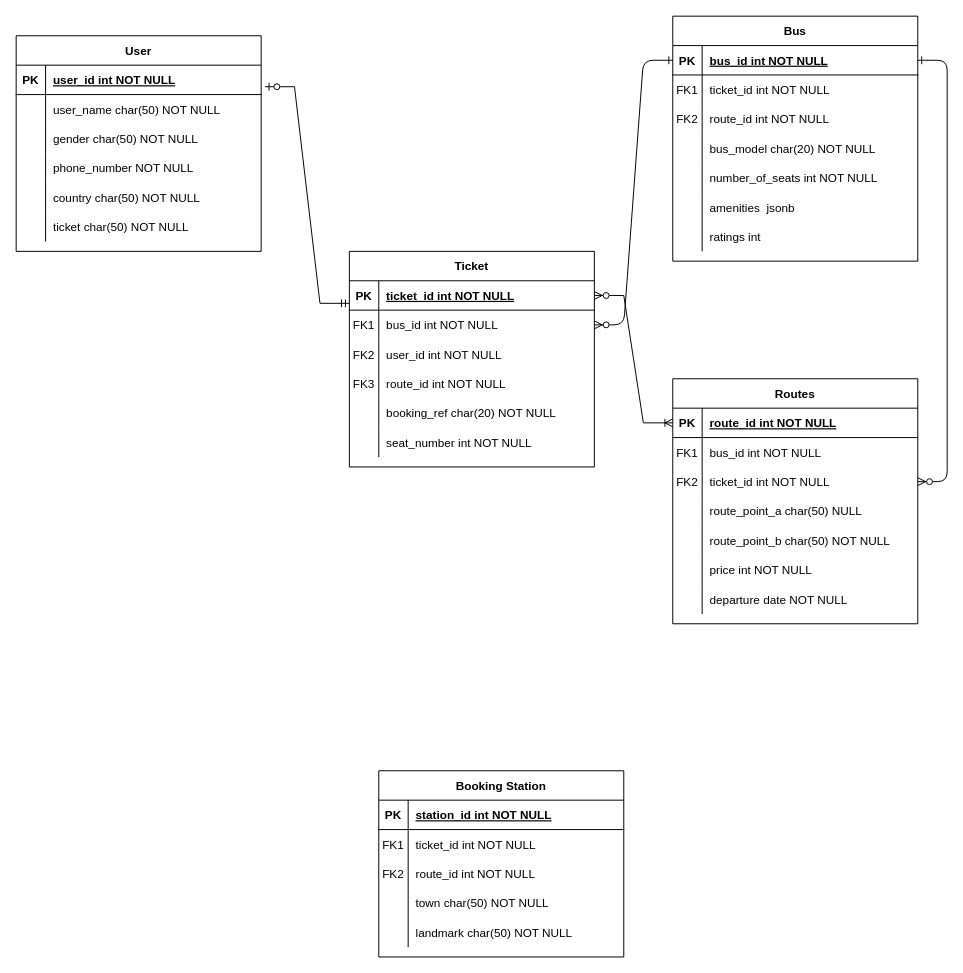
SimonGideon/CODSOFT keeps this draw.io diagram as Untitled Diagram.drawio. Above is the earlier version. Source tidied: cells renumbered, new cells numbered last; positions are measured from the earlier drawing's top-left corner, leaving out a move shared by most shapes. Both pictures are drawn from the tidied source at 98%, with x=0, y=0 at pixel (16, 16).
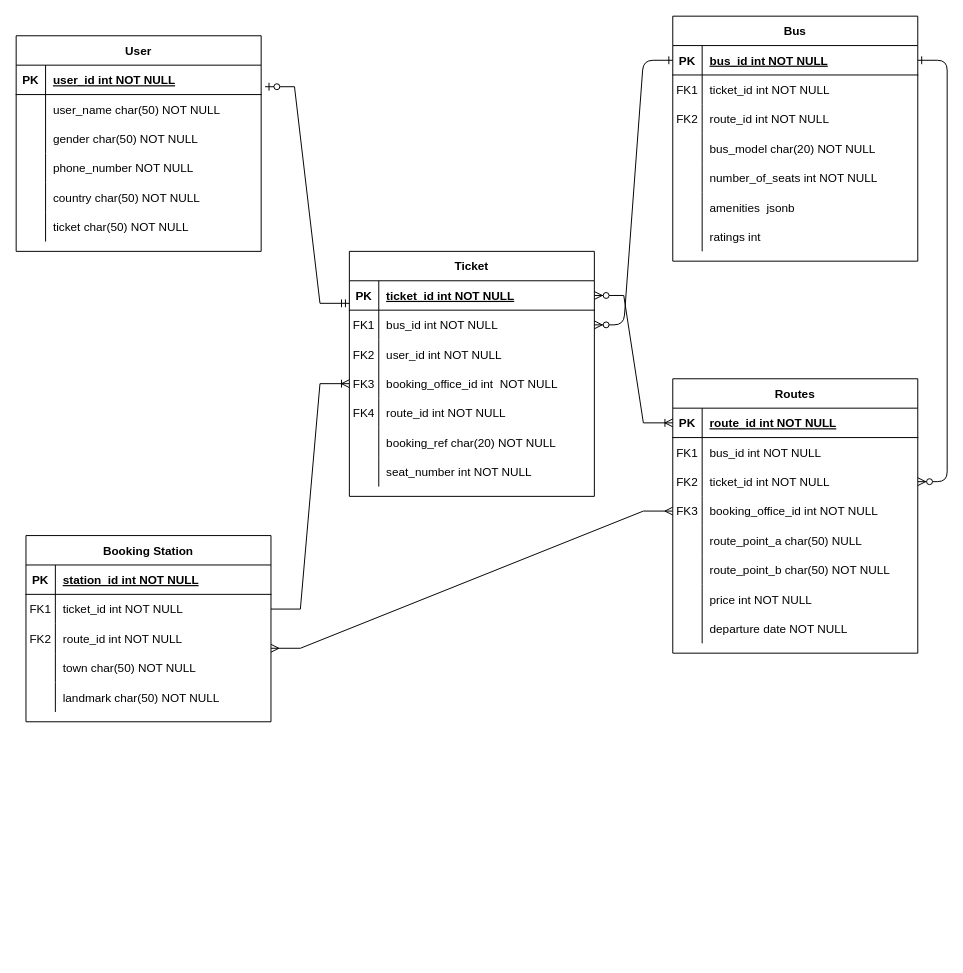
After the change.

Commit message:
add booking office

The change refers to these unchanged cells:
```xml
<mxCell id="70" style="shape=partialRectangle;fillColor=none;points=[[0,0.5],[1,0.5]];portConstraint=eastwest;top=0;left=0;right=0;bottom=0;" parent="66" vertex="1">
  <mxGeometry y="60" width="250" height="30" as="geometry" />
</mxCell>
```

Diff of the diagram source:
```diff
@@
     <mxCell id="25" value="Routes" style="shape=table;startSize=30;childLayout=tableLayout;rowLines=0;fontStyle=1;align=center;" parent="1" vertex="1">
-      <mxGeometry x="670" y="370" width="250" height="250" as="geometry" />
+      <mxGeometry x="670" y="370" width="250" height="280" as="geometry" />
     </mxCell>
@@
+    <mxCell id="104" style="shape=partialRectangle;fillColor=none;points=[[0,0.5],[1,0.5]];portConstraint=eastwest;top=0;left=0;right=0;bottom=0;" parent="25" vertex="1">
+      <mxGeometry y="120" width="250" height="30" as="geometry" />
+    </mxCell>
+    <mxCell id="105" value="FK3" style="shape=partialRectangle;overflow=hidden;fillColor=none;top=0;left=0;bottom=0;right=0;" parent="104" vertex="1">
+      <mxGeometry width="30" height="30" as="geometry" />
+    </mxCell>
+    <mxCell id="106" value="booking_office_id int NOT NULL" style="shape=partialRectangle;overflow=hidden;fillColor=none;top=0;left=0;bottom=0;right=0;align=left;spacingLeft=6;" parent="104" vertex="1">
+      <mxGeometry x="30" width="220" height="30" as="geometry" />
+    </mxCell>
     <mxCell id="35" style="shape=partialRectangle;fillColor=none;top=0;left=0;right=0;bottom=0;" parent="25" vertex="1">
-      <mxGeometry y="120" width="250" height="30" as="geometry" />
+      <mxGeometry y="150" width="250" height="30" as="geometry" />
     </mxCell>
@@
     <mxCell id="38" style="shape=partialRectangle;fillColor=none;top=0;left=0;right=0;bottom=0;" parent="25" vertex="1">
-      <mxGeometry y="150" width="250" height="30" as="geometry" />
+      <mxGeometry y="180" width="250" height="30" as="geometry" />
     </mxCell>
@@
     <mxCell id="41" style="shape=partialRectangle;fillColor=none;top=0;left=0;right=0;bottom=0;" parent="25" vertex="1">
-      <mxGeometry y="180" width="250" height="30" as="geometry" />
+      <mxGeometry y="210" width="250" height="30" as="geometry" />
     </mxCell>
@@
     <mxCell id="44" style="shape=partialRectangle;fillColor=none;top=0;left=0;right=0;bottom=0;" parent="25" vertex="1">
-      <mxGeometry y="210" width="250" height="30" as="geometry" />
+      <mxGeometry y="240" width="250" height="30" as="geometry" />
     </mxCell>
@@
     <mxCell id="66" value="Booking Station" style="shape=table;startSize=30;childLayout=tableLayout;rowLines=0;fontStyle=1;align=center;" parent="1" vertex="1">
-      <mxGeometry x="370" y="770" width="250" height="190" as="geometry" />
+      <mxGeometry x="10" y="530" width="250" height="190" as="geometry" />
     </mxCell>
@@
     <mxCell id="82" value="Ticket" style="shape=table;startSize=30;childLayout=tableLayout;rowLines=0;fontStyle=1;align=center;" parent="1" vertex="1">
-      <mxGeometry x="340" y="240" width="250" height="220" as="geometry" />
+      <mxGeometry x="340" y="240" width="250" height="250" as="geometry" />
     </mxCell>
@@
+    <mxCell id="107" style="shape=partialRectangle;fillColor=none;top=0;left=0;right=0;bottom=0;" parent="82" vertex="1">
+      <mxGeometry y="120" width="250" height="30" as="geometry" />
+    </mxCell>
+    <mxCell id="108" value="FK3" style="shape=partialRectangle;overflow=hidden;fillColor=none;top=0;left=0;bottom=0;right=0;" parent="107" vertex="1">
+      <mxGeometry width="30" height="30" as="geometry" />
+    </mxCell>
+    <mxCell id="109" value="booking_office_id int  NOT NULL" style="shape=partialRectangle;overflow=hidden;fillColor=none;top=0;left=0;bottom=0;right=0;align=left;spacingLeft=6;" parent="107" vertex="1">
+      <mxGeometry x="30" width="220" height="30" as="geometry" />
+    </mxCell>
     <mxCell id="92" style="shape=partialRectangle;fillColor=none;top=0;left=0;right=0;bottom=0;" parent="82" vertex="1">
-      <mxGeometry y="120" width="250" height="30" as="geometry" />
+      <mxGeometry y="150" width="250" height="30" as="geometry" />
     </mxCell>
-    <mxCell id="93" value="FK3" style="shape=partialRectangle;overflow=hidden;fillColor=none;top=0;left=0;bottom=0;right=0;" parent="92" vertex="1">
+    <mxCell id="93" value="FK4" style="shape=partialRectangle;overflow=hidden;fillColor=none;top=0;left=0;bottom=0;right=0;" parent="92" vertex="1">
       <mxGeometry width="30" height="30" as="geometry" />
     </mxCell>
@@
     <mxCell id="95" style="shape=partialRectangle;fillColor=none;top=0;left=0;right=0;bottom=0;" parent="82" vertex="1">
-      <mxGeometry y="150" width="250" height="30" as="geometry" />
+      <mxGeometry y="180" width="250" height="30" as="geometry" />
     </mxCell>
@@
     <mxCell id="98" style="shape=partialRectangle;fillColor=none;top=0;left=0;right=0;bottom=0;" parent="82" vertex="1">
-      <mxGeometry y="180" width="250" height="30" as="geometry" />
+      <mxGeometry y="210" width="250" height="30" as="geometry" />
     </mxCell>
@@
+    <mxCell id="110" style="edgeStyle=entityRelationEdgeStyle;fontSize=12;html=1;endArrow=ERoneToMany;rounded=0;exitX=1;exitY=0.5;exitDx=0;exitDy=0;" parent="1" edge="1" source="70">
+      <mxGeometry relative="1" as="geometry">
+        <mxPoint x="340" y="375" as="targetPoint" />
+      </mxGeometry>
+    </mxCell>
+    <mxCell id="111" style="edgeStyle=entityRelationEdgeStyle;fontSize=12;html=1;endArrow=ERmany;startArrow=ERmany;rounded=0;" parent="1" edge="1" target="104">
+      <mxGeometry relative="1" as="geometry">
+        <mxPoint x="260" y="645" as="sourcePoint" />
+      </mxGeometry>
+    </mxCell>
```
